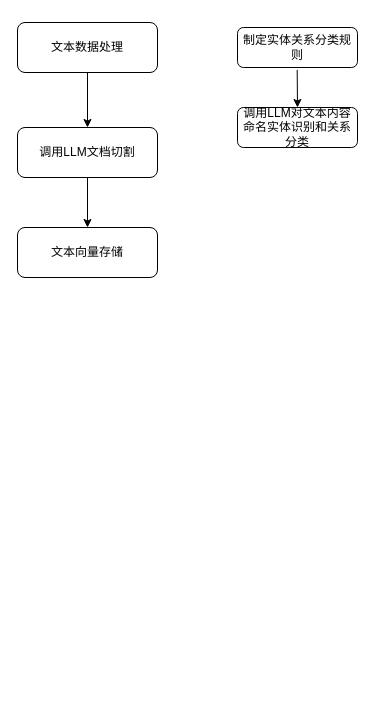
The draw.io diagram 航电专利1.drawio in fydgmy/jubilant-potato, before the edit. Source tidied: cells renumbered, new cells numbered last; positions are measured from the earlier drawing's top-left corner, leaving out a move shared by most shapes. Both pictures are drawn from the tidied source at 100%, with x=0, y=0 at pixel (17, 22).
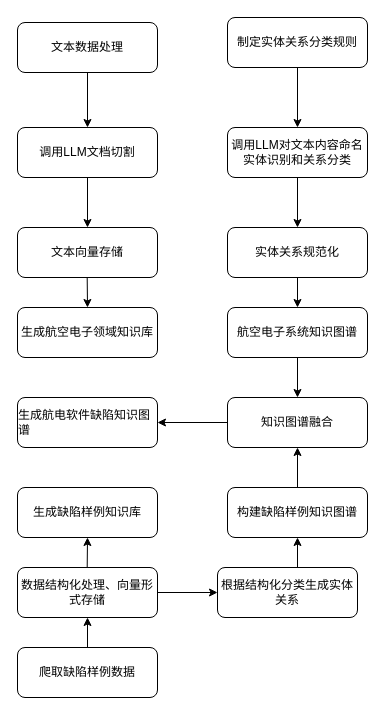
The same diagram, later.

Commit message (it also covers changes not shown here):
更新航电专利1.drawio

Change to the diagram source:
```diff
@@
     <mxCell id="7" value="制定实体关系分类规则" style="rounded=1;whiteSpace=wrap;html=1;fontSize=12;glass=0;strokeWidth=1;shadow=0;" parent="1" vertex="1">
-      <mxGeometry x="220" y="5" width="120" height="40" as="geometry" />
+      <mxGeometry x="210" y="-5" width="140" height="50" as="geometry" />
     </mxCell>
-    <mxCell id="8" style="endArrow=classic;html=1;rounded=0;exitX=0.465;exitY=1.059;exitDx=0;exitDy=0;exitPerimeter=0;" parent="1" edge="1">
-      <mxGeometry relative="1" as="geometry">
-        <mxPoint x="279.7" y="47.4" as="sourcePoint" />
-        <mxPoint x="280" y="85" as="targetPoint" />
-      </mxGeometry>
+    <mxCell id="8" style="endArrow=classic;html=1;rounded=0;exitX=0.5;exitY=1;exitDx=0;exitDy=0;entryX=0.5;entryY=0;entryDx=0;entryDy=0;" parent="1" edge="1" source="7" target="9">
+      <mxGeometry relative="1" as="geometry" />
     </mxCell>
     <mxCell id="9" value="调用LLM对文本内容命名实体识别和关系分类" style="rounded=1;whiteSpace=wrap;html=1;fontSize=12;glass=0;strokeWidth=1;shadow=0;" parent="1" vertex="1">
-      <mxGeometry x="220" y="85" width="120" height="40" as="geometry" />
+      <mxGeometry x="210" y="105" width="140" height="50" as="geometry" />
     </mxCell>
+    <mxCell id="10" value="实体关系规范化" style="rounded=1;whiteSpace=wrap;html=1;fontSize=12;glass=0;strokeWidth=1;shadow=0;" parent="1" vertex="1">
+      <mxGeometry x="210" y="205" width="140" height="50" as="geometry" />
+    </mxCell>
+    <mxCell id="11" style="endArrow=classic;html=1;rounded=0;exitX=0.5;exitY=1;exitDx=0;exitDy=0;entryX=0.5;entryY=0;entryDx=0;entryDy=0;" parent="1" edge="1" source="9" target="10">
+      <mxGeometry relative="1" as="geometry" />
+    </mxCell>
+    <mxCell id="12" value="生成航空电子领域知识库" style="rounded=1;whiteSpace=wrap;html=1;fontSize=12;glass=0;strokeWidth=1;shadow=0;" parent="1" vertex="1">
+      <mxGeometry y="285" width="140" height="50" as="geometry" />
+    </mxCell>
+    <mxCell id="13" style="endArrow=classic;html=1;rounded=0;exitX=0.5;exitY=1;exitDx=0;exitDy=0;entryX=0.5;entryY=0;entryDx=0;entryDy=0;" parent="1" edge="1" target="12">
+      <mxGeometry relative="1" as="geometry">
+        <mxPoint x="69.7" y="255" as="sourcePoint" />
+      </mxGeometry>
+    </mxCell>
+    <mxCell id="14" style="edgeStyle=orthogonalEdgeStyle;rounded=0;jettySize=auto;html=1;" parent="1" edge="1" source="15" target="28">
+      <mxGeometry relative="1" as="geometry" />
+    </mxCell>
+    <mxCell id="15" value="&lt;div style=&quot;orphans: 4; text-align: start;&quot;&gt;航空电子系统知识图谱&lt;/div&gt;" style="rounded=1;whiteSpace=wrap;html=1;fontSize=12;glass=0;strokeWidth=1;shadow=0;" parent="1" vertex="1">
+      <mxGeometry x="210" y="285" width="140" height="50" as="geometry" />
+    </mxCell>
+    <mxCell id="16" style="endArrow=classic;html=1;rounded=0;exitX=0.5;exitY=1;exitDx=0;exitDy=0;entryX=0.5;entryY=0;entryDx=0;entryDy=0;" parent="1" edge="1" source="10" target="15">
+      <mxGeometry relative="1" as="geometry" />
+    </mxCell>
+    <mxCell id="17" value="爬取缺陷样例数据" style="rounded=1;whiteSpace=wrap;html=1;fontSize=12;glass=0;strokeWidth=1;shadow=0;" parent="1" vertex="1">
+      <mxGeometry y="625" width="140" height="50" as="geometry" />
+    </mxCell>
+    <mxCell id="18" value="数据结构化处理、向量形式存储" style="rounded=1;whiteSpace=wrap;html=1;fontSize=12;glass=0;strokeWidth=1;shadow=0;" parent="1" vertex="1">
+      <mxGeometry y="545" width="140" height="50" as="geometry" />
+    </mxCell>
+    <mxCell id="19" value="生成缺陷样例知识库" style="rounded=1;whiteSpace=wrap;html=1;fontSize=12;glass=0;strokeWidth=1;shadow=0;" parent="1" vertex="1">
+      <mxGeometry y="465" width="140" height="50" as="geometry" />
+    </mxCell>
+    <mxCell id="20" style="endArrow=classic;html=1;rounded=0;exitX=0.5;exitY=0;exitDx=0;exitDy=0;entryX=0.5;entryY=1;entryDx=0;entryDy=0;" parent="1" edge="1" source="17" target="18">
+      <mxGeometry relative="1" as="geometry" />
+    </mxCell>
+    <mxCell id="21" style="endArrow=classic;html=1;rounded=0;exitX=0.5;exitY=0;exitDx=0;exitDy=0;entryX=0.5;entryY=1;entryDx=0;entryDy=0;" parent="1" edge="1" target="19">
+      <mxGeometry relative="1" as="geometry">
+        <mxPoint x="69.7" y="545" as="sourcePoint" />
+      </mxGeometry>
+    </mxCell>
+    <mxCell id="22" style="edgeStyle=orthogonalEdgeStyle;rounded=0;jettySize=auto;html=1;exitX=0.5;exitY=0;exitDx=0;exitDy=0;entryX=0.5;entryY=1;entryDx=0;entryDy=0;" parent="1" edge="1" source="23" target="26">
+      <mxGeometry relative="1" as="geometry" />
+    </mxCell>
+    <mxCell id="23" value="根据结构化分类生成实体关系" style="rounded=1;whiteSpace=wrap;html=1;fontSize=12;glass=0;strokeWidth=1;shadow=0;" parent="1" vertex="1">
+      <mxGeometry x="200" y="545" width="140" height="50" as="geometry" />
+    </mxCell>
+    <mxCell id="24" style="endArrow=classic;html=1;rounded=0;exitX=1;exitY=0.5;exitDx=0;exitDy=0;entryX=0;entryY=0.5;entryDx=0;entryDy=0;" parent="1" edge="1" source="18" target="23">
+      <mxGeometry relative="1" as="geometry" />
+    </mxCell>
+    <mxCell id="25" style="edgeStyle=orthogonalEdgeStyle;rounded=0;jettySize=auto;html=1;exitX=0.5;exitY=0;exitDx=0;exitDy=0;entryX=0.5;entryY=1;entryDx=0;entryDy=0;" parent="1" edge="1" source="26" target="28">
+      <mxGeometry relative="1" as="geometry" />
+    </mxCell>
+    <mxCell id="26" value="构建缺陷样例知识图谱" style="rounded=1;whiteSpace=wrap;html=1;fontSize=12;glass=0;strokeWidth=1;shadow=0;" parent="1" vertex="1">
+      <mxGeometry x="210" y="465" width="140" height="50" as="geometry" />
+    </mxCell>
+    <mxCell id="27" style="edgeStyle=orthogonalEdgeStyle;rounded=0;jettySize=auto;html=1;entryX=1;entryY=0.5;entryDx=0;entryDy=0;" parent="1" edge="1" source="28" target="29">
+      <mxGeometry relative="1" as="geometry" />
+    </mxCell>
+    <mxCell id="28" value="&lt;div style=&quot;orphans: 4; text-align: start;&quot;&gt;知识图谱融合&lt;/div&gt;" style="rounded=1;whiteSpace=wrap;html=1;fontSize=12;glass=0;strokeWidth=1;shadow=0;" parent="1" vertex="1">
+      <mxGeometry x="210" y="375" width="140" height="50" as="geometry" />
+    </mxCell>
+    <mxCell id="29" value="&lt;div style=&quot;orphans: 4; text-align: start;&quot;&gt;生成航电软件缺陷知识图谱&lt;/div&gt;" style="rounded=1;whiteSpace=wrap;html=1;fontSize=12;glass=0;strokeWidth=1;shadow=0;" parent="1" vertex="1">
+      <mxGeometry y="375" width="140" height="50" as="geometry" />
+    </mxCell>
```
